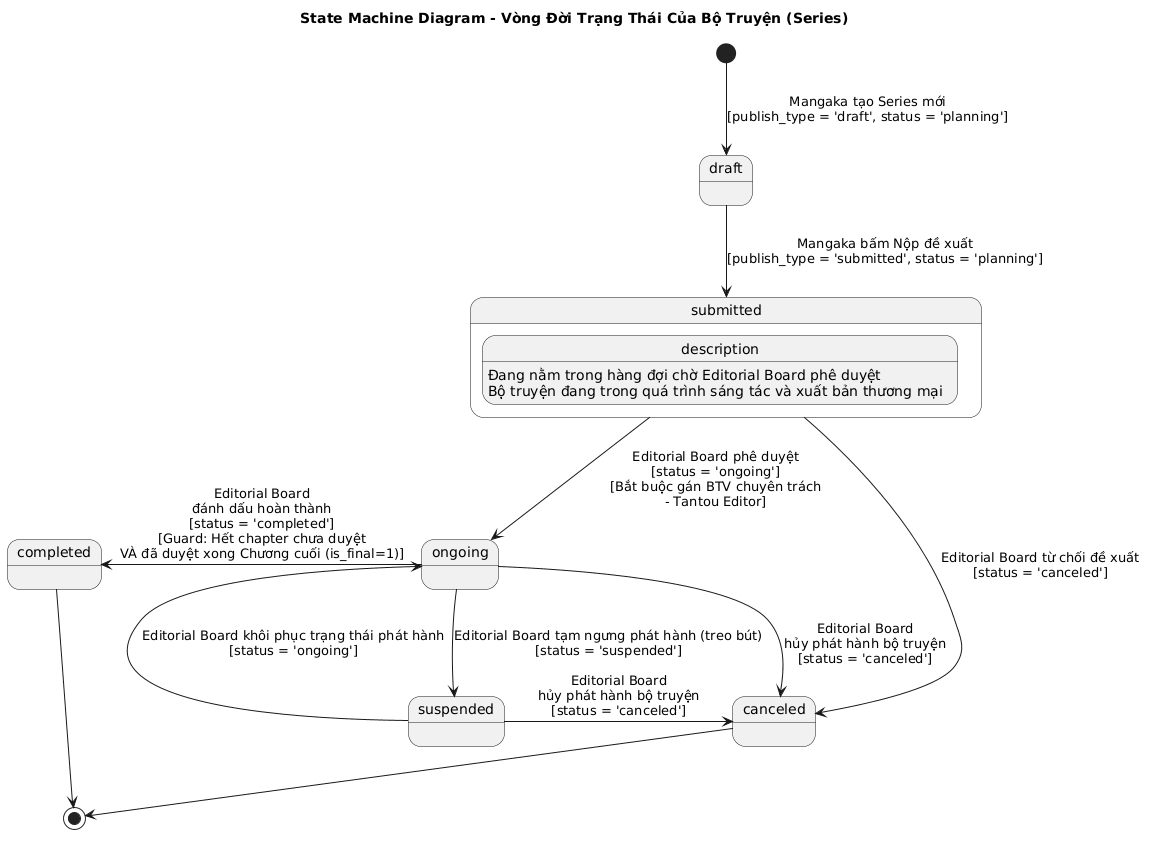
Above: assets/diagrams/Chapter3_IMAGE/State_Machine_Series.png in trongtan0079/manga-workflow-report (PlantUML), before the change.
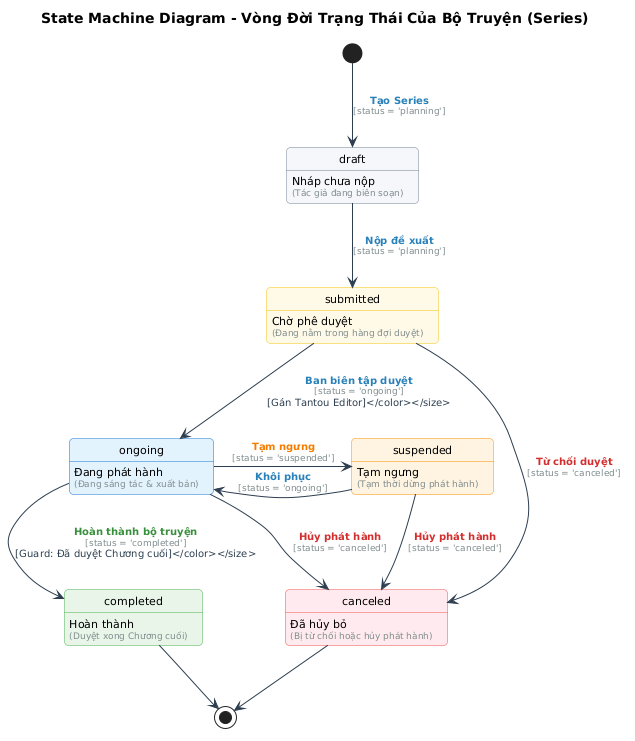
After the change.

Change to the diagram source:
```diff
@@ -3,33 +3,57 @@
 
 skinparam backgroundColor white
 skinparam shadowing false
+skinparam roundcorner 8
+skinparam defaultFontName "Segoe UI"
+skinparam defaultFontSize 11
 
-[*] --> draft : Mangaka tạo Series mới\n[publish_type = 'draft', status = 'planning']
+skinparam state {
+    BackgroundColor<<draft>> #F5F6FA
+    BorderColor<<draft>> #718093
 
-draft --> submitted : Mangaka bấm Nộp đề xuất\n[publish_type = 'submitted', status = 'planning']
+    BackgroundColor<<submitted>> #FFF9E6
+    BorderColor<<submitted>> #F1C40F
 
-state submitted {
-    description : Đang nằm trong hàng đợi chờ Editorial Board phê duyệt
+    BackgroundColor<<ongoing>> #E3F2FD
+    BorderColor<<ongoing>> #1976D2
+
+    BackgroundColor<<suspended>> #FFF3E0
+    BorderColor<<suspended>> #FB8C00
+
+    BackgroundColor<<completed>> #E8F5E9
+    BorderColor<<completed>> #4CAF50
+
+    BackgroundColor<<canceled>> #FFEBEE
+    BorderColor<<canceled>> #EF5350
 }
 
-submitted -down-> ongoing : Editorial Board phê duyệt\n[status = 'ongoing']\n[Bắt buộc gán BTV chuyên trách\n- Tantou Editor]
+skinparam ArrowColor #2C3E50
+skinparam ArrowFontColor #2C3E50
+skinparam ArrowFontSize 10
 
-submitted -right-> canceled : Editorial Board từ chối đề xuất\n[status = 'canceled']
+state draft <<draft>> : Nháp chưa nộp\n<size:9><color:#7F8C8D>(Tác giả đang biên soạn)</color></size>
+state submitted <<submitted>> : Chờ phê duyệt\n<size:9><color:#7F8C8D>(Đang nằm trong hàng đợi duyệt)</color></size>
+state ongoing <<ongoing>> : Đang phát hành\n<size:9><color:#7F8C8D>(Đang sáng tác & xuất bản)</color></size>
+state suspended <<suspended>> : Tạm ngưng\n<size:9><color:#7F8C8D>(Tạm thời dừng phát hành)</color></size>
+state completed <<completed>> : Hoàn thành\n<size:9><color:#7F8C8D>(Duyệt xong Chương cuối)</color></size>
+state canceled <<canceled>> : Đã hủy bỏ\n<size:9><color:#7F8C8D>(Bị từ chối hoặc hủy phát hành)</color></size>
 
-state ongoing {
-    description : Bộ truyện đang trong quá trình sáng tác và xuất bản thương mại
-}
+[*] --> draft : <color:#2980B9><b>Tạo Series</b></color>\n<size:9><color:#7F8C8D>[status = 'planning']</color></size>
 
-ongoing -down-> suspended : Editorial Board tạm ngưng phát hành (treo bút)\n[status = 'suspended']
+draft --> submitted : <color:#2980B9><b>Nộp đề xuất</b></color>\n<size:9><color:#7F8C8D>[status = 'planning']</color></size>
 
-suspended -up-> ongoing : Editorial Board khôi phục trạng thái phát hành\n[status = 'ongoing']
+submitted --> ongoing : <color:#2980B9><b>Ban biên tập duyệt</b></color>\n<size:9><color:#7F8C8D>[status = 'ongoing']\n[Gán Tantou Editor]</color></size>
 
-ongoing -left-> completed : Editorial Board\nđánh dấu hoàn thành\n[status = 'completed']\n[Guard: Hết chapter chưa duyệt\nVÀ đã duyệt xong Chương cuối (is_final=1)]
+submitted -right-> canceled : <color:#D32F2F><b>Từ chối duyệt</b></color>\n<size:9><color:#7F8C8D>[status = 'canceled']</color></size>
 
-ongoing -right-> canceled : Editorial Board\nhủy phát hành bộ truyện\n[status = 'canceled']
+ongoing -right-> suspended : <color:#F57C00><b>Tạm ngưng</b></color>\n<size:9><color:#7F8C8D>[status = 'suspended']</color></size>
+suspended -left-> ongoing : <color:#2980B9><b>Khôi phục</b></color>\n<size:9><color:#7F8C8D>[status = 'ongoing']</color></size>
 
-suspended -right-> canceled : Editorial Board\nhủy phát hành bộ truyện\n[status = 'canceled']
+ongoing --> completed : <color:#388E3C><b>Hoàn thành bộ truyện</b></color>\n<size:9><color:#7F8C8D>[status = 'completed']\n[Guard: Đã duyệt Chương cuối]</color></size>
 
-completed -down-> [*]
-canceled -down-> [*]
+ongoing --> canceled : <color:#D32F2F><b>Hủy phát hành</b></color>\n<size:9><color:#7F8C8D>[status = 'canceled']</color></size>
+suspended --> canceled : <color:#D32F2F><b>Hủy phát hành</b></color>\n<size:9><color:#7F8C8D>[status = 'canceled']</color></size>
+
+completed --> [*]
+canceled --> [*]
 @enduml
```
